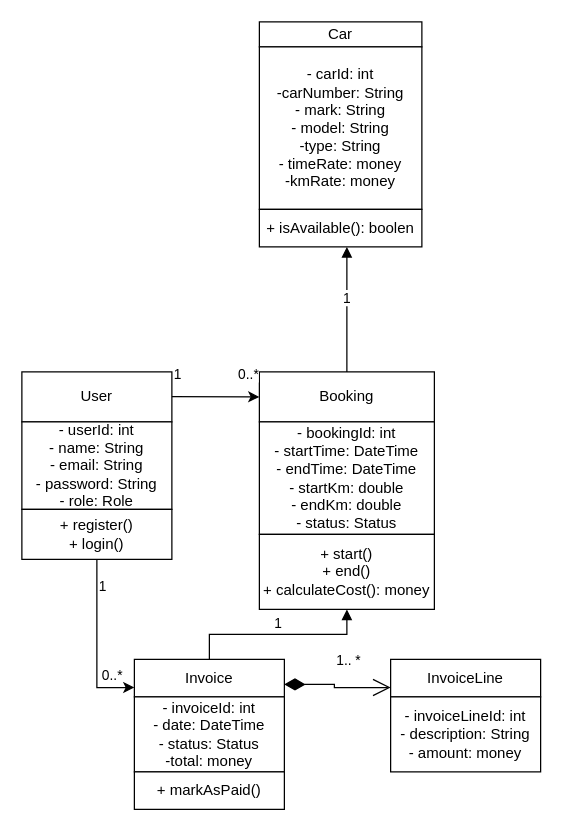
The draw.io diagram CarRenting.drawio in martinV1234/Programmeerimine2, before the edit. Source tidied: cells renumbered, new cells numbered last; positions are measured from the earlier drawing's top-left corner, leaving out a move shared by most shapes. Both pictures are drawn from the tidied source at 125%, with x=0, y=0 at pixel (21, 21).
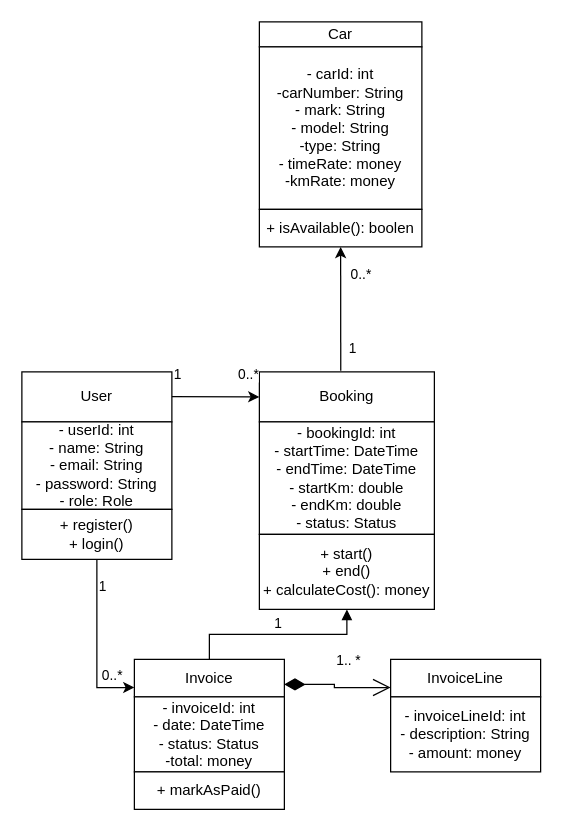
The same diagram, later.

The change refers to these unchanged cells:
```xml
<mxCell id="5" value="Booking" style="rounded=0;whiteSpace=wrap;html=1;" parent="1" vertex="1">
  <mxGeometry x="190" y="280" width="140" height="40" as="geometry" />
</mxCell>
<mxCell id="23" value="+ isAvailable(): boolen" style="rounded=0;whiteSpace=wrap;html=1;" parent="1" vertex="1">
  <mxGeometry x="190" y="150" width="130" height="30" as="geometry" />
</mxCell>
```

Diff of the diagram source:
```diff
@@
+    <mxCell id="25" style="endArrow=classic;html=1;rounded=0;entryX=0.5;entryY=1;entryDx=0;entryDy=0;exitX=0.465;exitY=-0.022;exitDx=0;exitDy=0;exitPerimeter=0;" parent="1" edge="1" source="5" target="23">
+      <mxGeometry relative="1" as="geometry" />
+    </mxCell>
-    <mxCell id="24" value="1" style="html=1;verticalAlign=bottom;endArrow=block;curved=0;rounded=0;entryX=0.5;entryY=1;entryDx=0;entryDy=0;exitX=0.5;exitY=0;exitDx=0;exitDy=0;" parent="1" edge="1" source="5">
-      <mxGeometry relative="1" as="geometry">
-        <mxPoint x="260" y="180" as="targetPoint" />
-        <Array as="points">
-          <mxPoint x="260" y="200" />
-        </Array>
+    <mxCell id="24" value="1" style="edgeLabel;html=1;align=left;verticalAlign=bottom;" parent="25" vertex="1">
+      <mxGeometry x="-1" relative="1" as="geometry">
+        <mxPoint x="5" y="-10" as="offset" />
       </mxGeometry>
     </mxCell>
+    <mxCell id="26" value="0..*" style="edgeLabel;html=1;align=right;verticalAlign=bottom;" parent="25" vertex="1">
+      <mxGeometry x="1" relative="1" as="geometry">
+        <mxPoint x="25" y="30" as="offset" />
+      </mxGeometry>
+    </mxCell>
```
